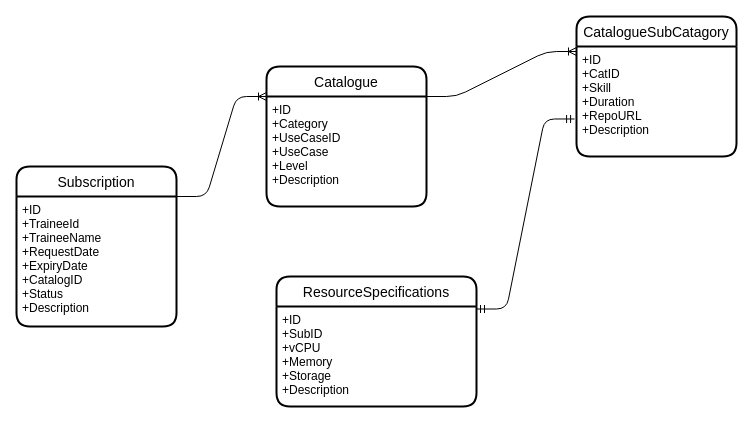
Before: page "Page-1" (1 of 2) of Untitled Diagram.drawio in meghaiscloud/diagram, a draw.io diagram. Source tidied: cells renumbered, new cells numbered last; positions are measured from the earlier drawing's top-left corner, leaving out a move shared by most shapes. Both pictures are drawn from the tidied source at 100%, with x=0, y=0 at pixel (16, 16).
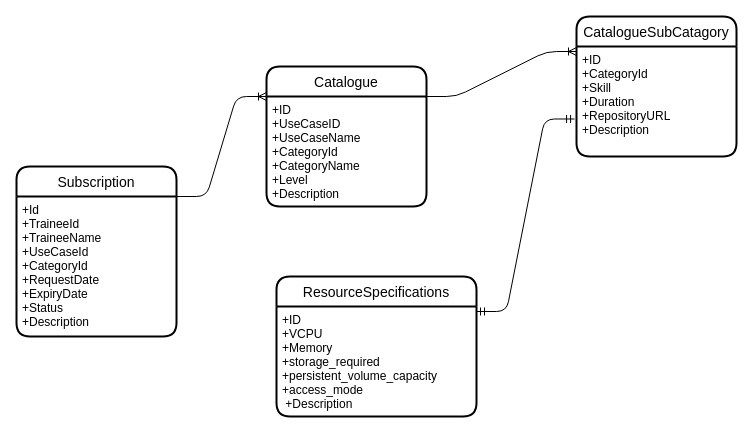
The same diagram, later.

The edit, as a diff of the source:
```diff
@@
 <mxGraphModel>
   <root>
     <mxCell id="0" />
     <mxCell id="1" parent="0" />
     <mxCell id="2" value="Catalogue" style="swimlane;horizontal=1;startSize=30;rounded=1;fontSize=14;fontStyle=0;strokeWidth=2;shadow=0;dashed=0;align=center;" parent="1" vertex="1">
       <mxGeometry x="250" y="50" width="160" height="140" as="geometry" />
     </mxCell>
-    <mxCell id="3" value="+ID&#10;+Category&#10;+UseCaseID&#10;+UseCase&#10;+Level&#10;+Description" style="align=left;strokeColor=none;fillColor=none;spacingLeft=4;fontSize=12;verticalAlign=top;" parent="2" vertex="1">
+    <mxCell id="3" value="+ID&#10;+UseCaseID&#10;+UseCaseName&#10;+CategoryId&#10;+CategoryName&#10;+Level&#10;+Description" style="align=left;strokeColor=none;fillColor=none;spacingLeft=4;fontSize=12;verticalAlign=top;" parent="2" vertex="1">
       <mxGeometry y="30" width="160" height="110" as="geometry" />
     </mxCell>
     <mxCell id="4" style="edgeStyle=entityRelationEdgeStyle;fontSize=12;html=1;endArrow=ERoneToMany;entryX=0;entryY=0.25;entryDx=0;entryDy=0;" parent="1" edge="1" target="6">
       <mxGeometry relative="1" as="geometry">
         <mxPoint x="410" y="80" as="sourcePoint" />
       </mxGeometry>
     </mxCell>
     <mxCell id="5" style="edgeStyle=entityRelationEdgeStyle;fontSize=12;html=1;endArrow=ERmandOne;startArrow=ERmandOne;entryX=-0.012;entryY=0.659;entryDx=0;entryDy=0;entryPerimeter=0;exitX=1;exitY=0.25;exitDx=0;exitDy=0;" parent="1" edge="1" source="8" target="7">
       <mxGeometry relative="1" as="geometry" />
     </mxCell>
     <mxCell id="6" value="CatalogueSubCatagory" style="swimlane;horizontal=1;startSize=30;rounded=1;fontSize=14;fontStyle=0;strokeWidth=2;shadow=0;dashed=0;align=center;" parent="1" vertex="1">
       <mxGeometry x="560" width="160" height="140" as="geometry" />
     </mxCell>
-    <mxCell id="7" value="+ID&#10;+CatID&#10;+Skill&#10;+Duration&#10;+RepoURL&#10;+Description" style="align=left;strokeColor=none;fillColor=none;spacingLeft=4;fontSize=12;verticalAlign=top;" parent="6" vertex="1">
+    <mxCell id="7" value="+ID&#10;+CategoryId&#10;+Skill&#10;+Duration&#10;+RepositoryURL&#10;+Description" style="align=left;strokeColor=none;fillColor=none;spacingLeft=4;fontSize=12;verticalAlign=top;" parent="6" vertex="1">
       <mxGeometry y="30" width="160" height="110" as="geometry" />
     </mxCell>
     <mxCell id="8" value="ResourceSpecifications" style="swimlane;horizontal=1;startSize=30;rounded=1;fontSize=14;fontStyle=0;strokeWidth=2;shadow=0;dashed=0;align=center;" parent="1" vertex="1">
-      <mxGeometry x="260" y="260" width="200" height="130" as="geometry" />
+      <mxGeometry x="260" y="260" width="200" height="140" as="geometry" />
     </mxCell>
-    <mxCell id="9" value="+ID&#10;+SubID&#10;+vCPU&#10;+Memory&#10;+Storage&#10;+Description" style="align=left;strokeColor=none;fillColor=none;spacingLeft=4;fontSize=12;verticalAlign=top;" parent="8" vertex="1">
-      <mxGeometry y="30" width="200" height="100" as="geometry" />
+    <mxCell id="9" value="+ID&#10;+VCPU&#10;+Memory&#10;+storage_required&#10;+persistent_volume_capacity &#10;+access_mode &#10; +Description" style="align=left;strokeColor=none;fillColor=none;spacingLeft=4;fontSize=12;verticalAlign=top;" parent="8" vertex="1">
+      <mxGeometry y="30" width="200" height="110" as="geometry" />
     </mxCell>
     <mxCell id="10" value="Subscription" style="swimlane;horizontal=1;startSize=30;rounded=1;fontSize=14;fontStyle=0;strokeWidth=2;shadow=0;dashed=0;align=center;" parent="1" vertex="1">
-      <mxGeometry y="150" width="160" height="160" as="geometry" />
+      <mxGeometry y="150" width="160" height="170" as="geometry" />
     </mxCell>
-    <mxCell id="11" value="+ID&#10;+TraineeId&#10;+TraineeName&#10;+RequestDate&#10;+ExpiryDate&#10;+CatalogID&#10;+Status&#10;+Description" style="align=left;strokeColor=none;fillColor=none;spacingLeft=4;fontSize=12;verticalAlign=top;" parent="10" vertex="1">
-      <mxGeometry y="30" width="160" height="130" as="geometry" />
+    <mxCell id="11" value="+Id &#10;+TraineeId&#10;+TraineeName&#10;+UseCaseId&#10;+CategoryId&#10;+RequestDate&#10;+ExpiryDate&#10;+Status&#10;+Description" style="align=left;strokeColor=none;fillColor=none;spacingLeft=4;fontSize=12;verticalAlign=top;" parent="10" vertex="1">
+      <mxGeometry y="30" width="160" height="140" as="geometry" />
     </mxCell>
     <mxCell id="12" style="edgeStyle=entityRelationEdgeStyle;fontSize=12;html=1;endArrow=ERoneToMany;exitX=1;exitY=0;exitDx=0;exitDy=0;entryX=0;entryY=0;entryDx=0;entryDy=0;" parent="1" edge="1" source="11" target="3">
       <mxGeometry relative="1" as="geometry" />
     </mxCell>
   </root>
 </mxGraphModel>
```
